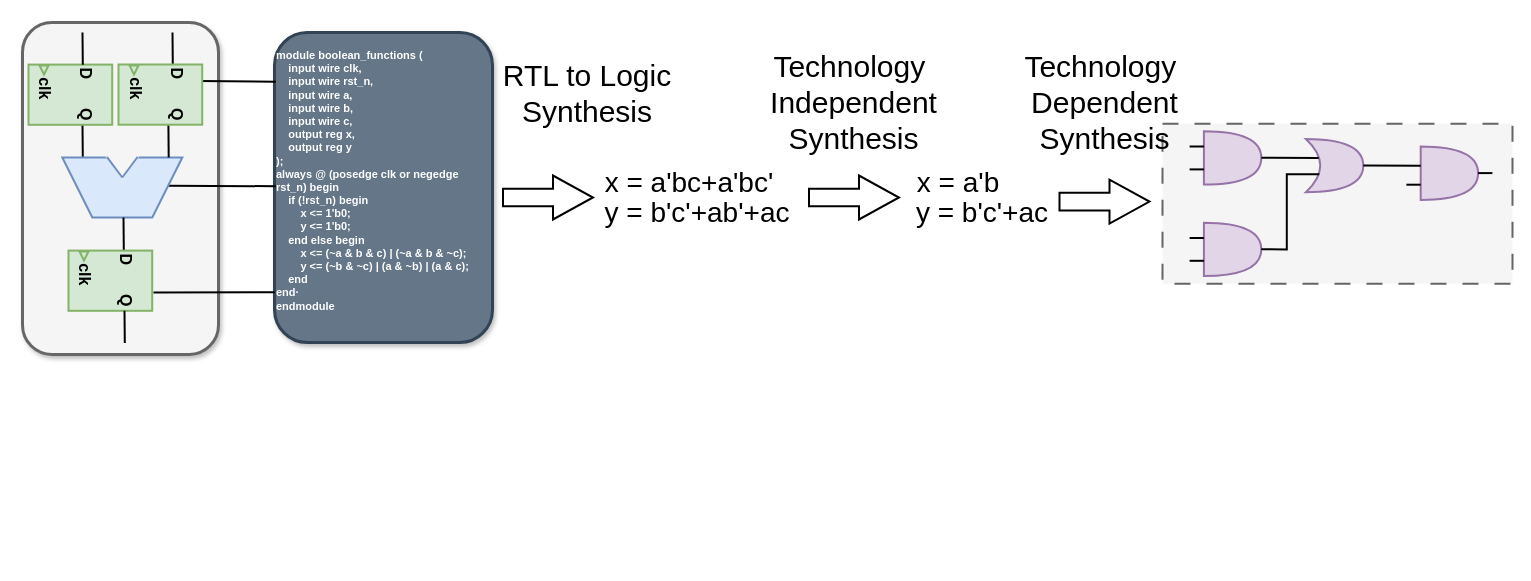
The draw.io diagram logicsynthesis.drawio in kxzhu0505/LogicSynOpt, before the edit. Source tidied: cells renumbered, new cells numbered last; positions are measured from the earlier drawing's top-left corner, leaving out a move shared by most shapes. Both pictures are drawn from the tidied source at 100%, with x=0, y=0 at pixel (18, 22).
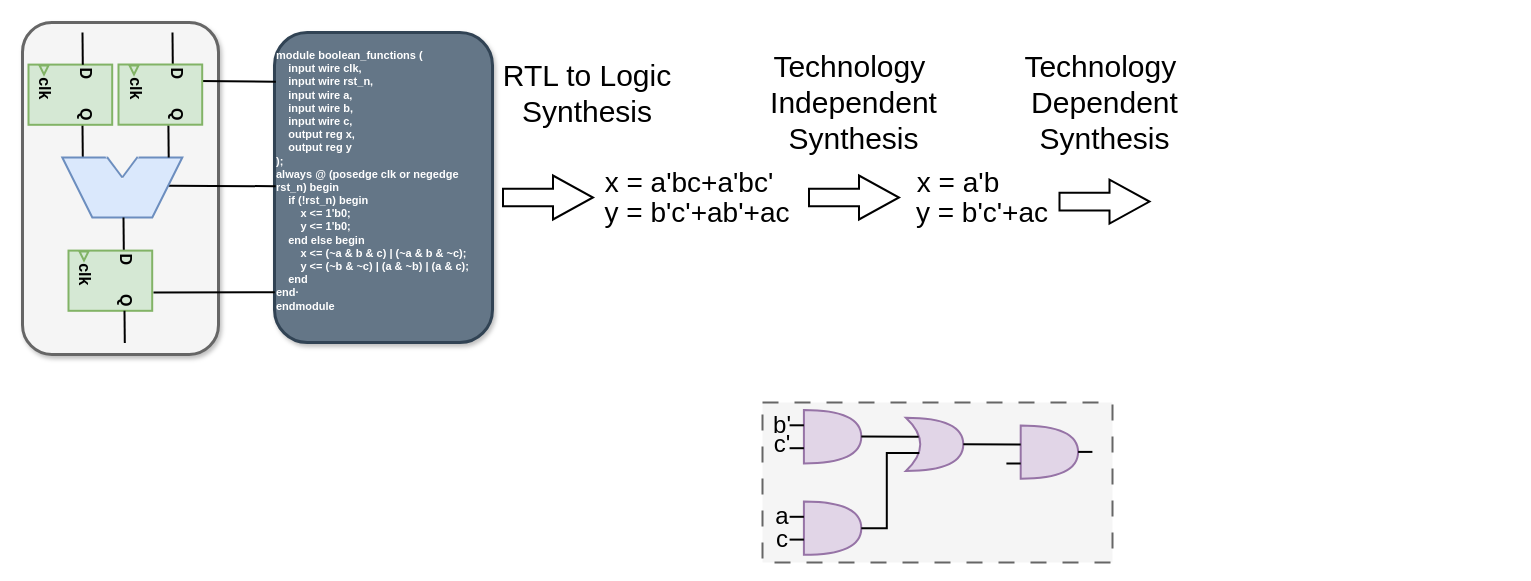
The same diagram, later.

What changed in the source:
```diff
@@
     <mxCell id="38" style="group;" parent="1" vertex="1">
-      <mxGeometry x="1144" y="101.2" width="350" height="160" as="geometry" />
+      <mxGeometry x="744" y="380" width="350" height="160" as="geometry" />
     </mxCell>
@@
+    <mxCell id="62" value="&lt;font style=&quot;font-size: 24px;&quot;&gt;c'&lt;/font&gt;" style="text;html=1;align=center;verticalAlign=middle;whiteSpace=wrap;rounded=0;fontFamily=Helvetica;" parent="38" vertex="1">
+      <mxGeometry x="10" y="26.9" width="20" height="30" as="geometry" />
+    </mxCell>
+    <mxCell id="63" value="&lt;font style=&quot;font-size: 24px;&quot;&gt;b'&lt;/font&gt;" style="text;html=1;align=center;verticalAlign=middle;whiteSpace=wrap;rounded=0;fontFamily=Helvetica;" parent="38" vertex="1">
+      <mxGeometry x="10" y="7.6" width="20" height="30" as="geometry" />
+    </mxCell>
+    <mxCell id="64" value="&lt;font style=&quot;font-size: 24px;&quot;&gt;a&lt;/font&gt;" style="text;html=1;align=center;verticalAlign=middle;whiteSpace=wrap;rounded=0;fontFamily=Helvetica;" parent="38" vertex="1">
+      <mxGeometry x="10" y="99.1" width="20" height="30" as="geometry" />
+    </mxCell>
@@
+    <mxCell id="65" value="&lt;font style=&quot;font-size: 24px;&quot;&gt;c&lt;/font&gt;" style="text;html=1;align=center;verticalAlign=middle;whiteSpace=wrap;rounded=0;fontFamily=Helvetica;" parent="1" vertex="1">
+      <mxGeometry x="754" y="502" width="20" height="30" as="geometry" />
+    </mxCell>
```
